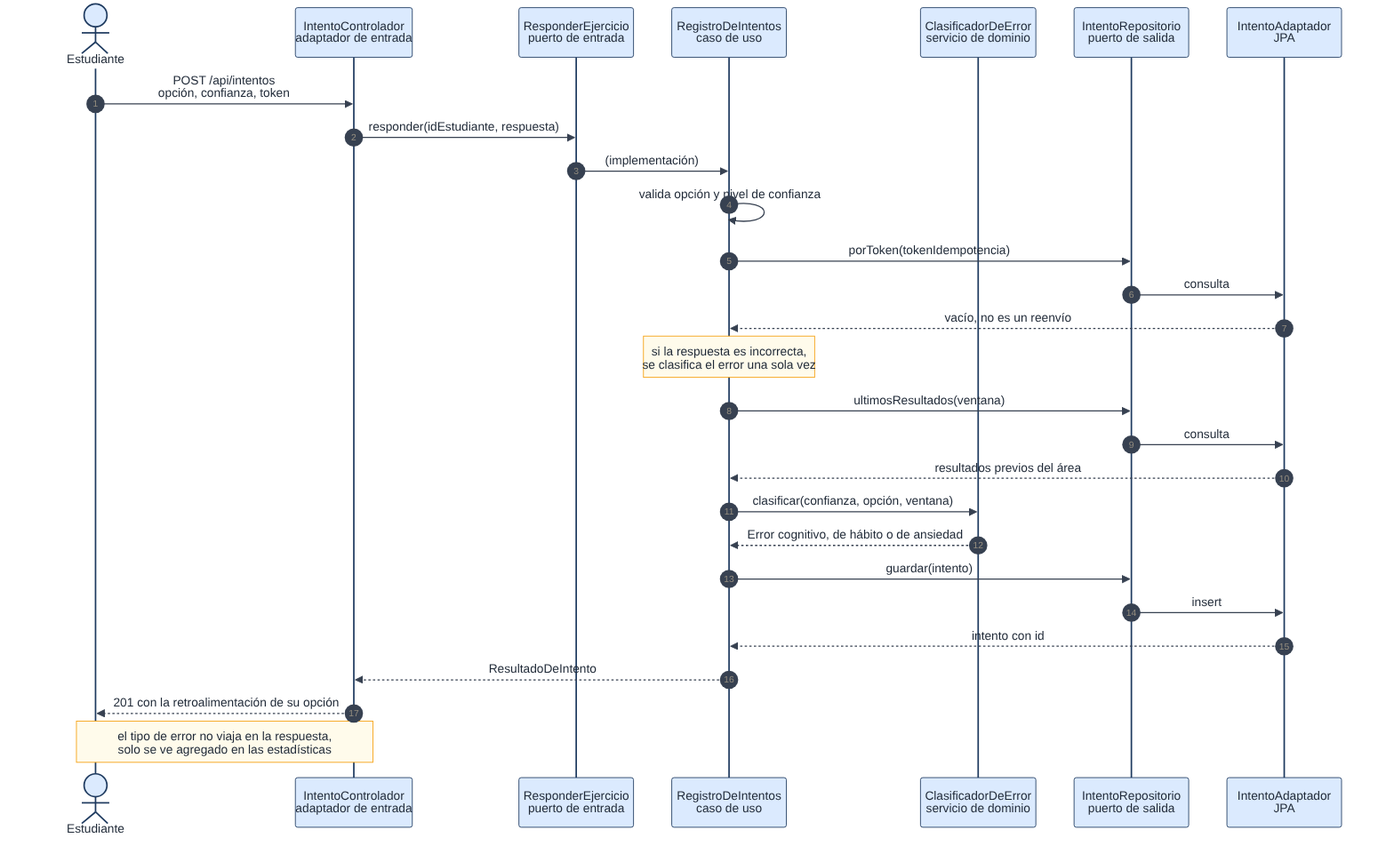
gjcardonam/brujula-api keeps this Mermaid diagram as docs/imagenes/secuencia-responder-ejercicio.png. Above is the earlier version. Its source is kept beside it as docs/diagramas/secuencia-responder-ejercicio.mmd.
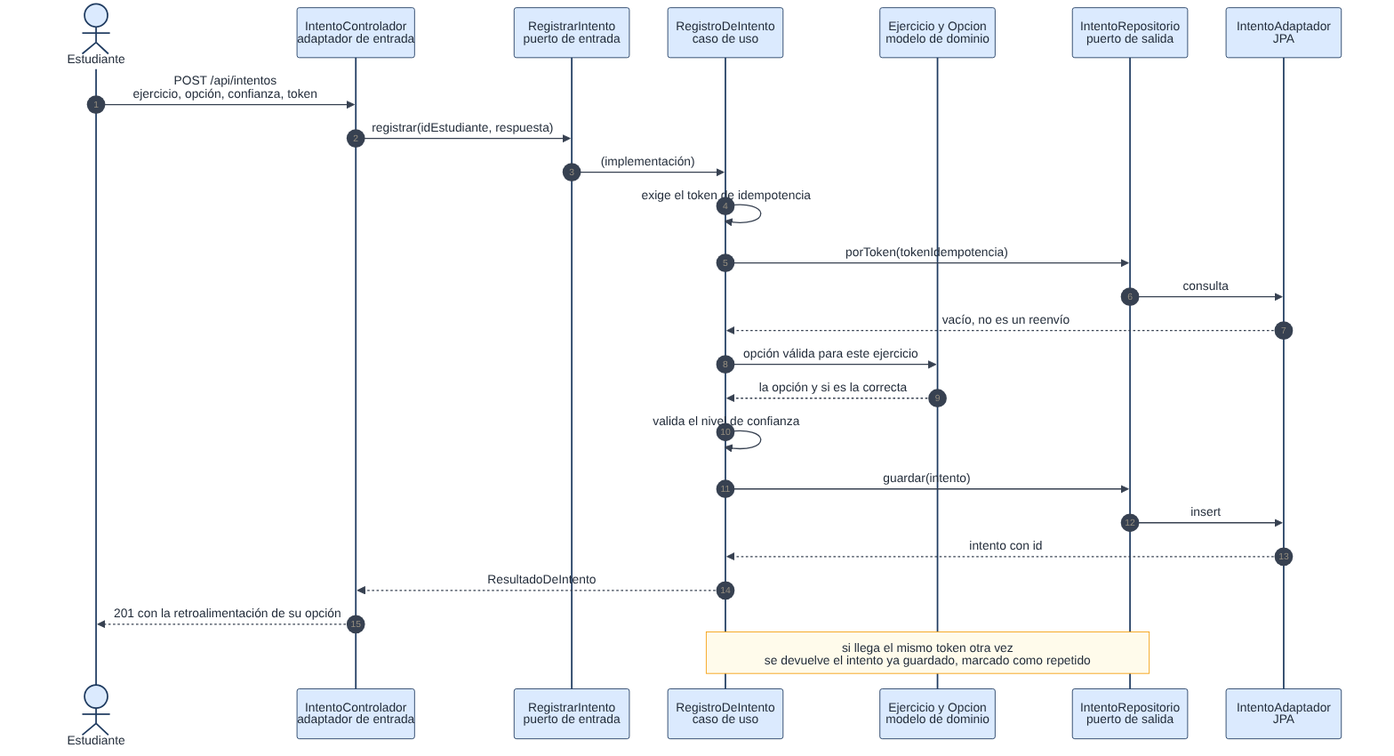
After the change.

What changed in the source:
```diff
@@ -2,27 +2,24 @@
     autonumber
     actor E as Estudiante
     participant C as IntentoControlador<br/>adaptador de entrada
-    participant P as ResponderEjercicio<br/>puerto de entrada
-    participant U as RegistroDeIntentos<br/>caso de uso
-    participant M as ClasificadorDeError<br/>servicio de dominio
+    participant P as RegistrarIntento<br/>puerto de entrada
+    participant U as RegistroDeIntento<br/>caso de uso
+    participant EJ as Ejercicio y Opcion<br/>modelo de dominio
     participant R as IntentoRepositorio<br/>puerto de salida
     participant A as IntentoAdaptador<br/>JPA
 
-    E->>C: POST /api/intentos<br/>opción, confianza, token
-    C->>P: responder(idEstudiante, respuesta)
+    E->>C: POST /api/intentos<br/>ejercicio, opción, confianza, token
+    C->>P: registrar(idEstudiante, respuesta)
     P->>U: (implementación)
 
-    U->>U: valida opción y nivel de confianza
+    U->>U: exige el token de idempotencia
     U->>R: porToken(tokenIdempotencia)
     R->>A: consulta
     A-->>U: vacío, no es un reenvío
 
-    Note over U: si la respuesta es incorrecta,<br/>se clasifica el error una sola vez
-    U->>R: ultimosResultados(ventana)
-    R->>A: consulta
-    A-->>U: resultados previos del área
-    U->>M: clasificar(confianza, opción, ventana)
-    M-->>U: Error cognitivo, de hábito o de ansiedad
+    U->>EJ: opción válida para este ejercicio
+    EJ-->>U: la opción y si es la correcta
+    U->>U: valida el nivel de confianza
 
     U->>R: guardar(intento)
     R->>A: insert
@@ -30,4 +27,4 @@
     U-->>C: ResultadoDeIntento
     C-->>E: 201 con la retroalimentación de su opción
 
-    Note over C,E: el tipo de error no viaja en la respuesta,<br/>solo se ve agregado en las estadísticas
+    Note over U,R: si llega el mismo token otra vez<br/>se devuelve el intento ya guardado, marcado como repetido
```
